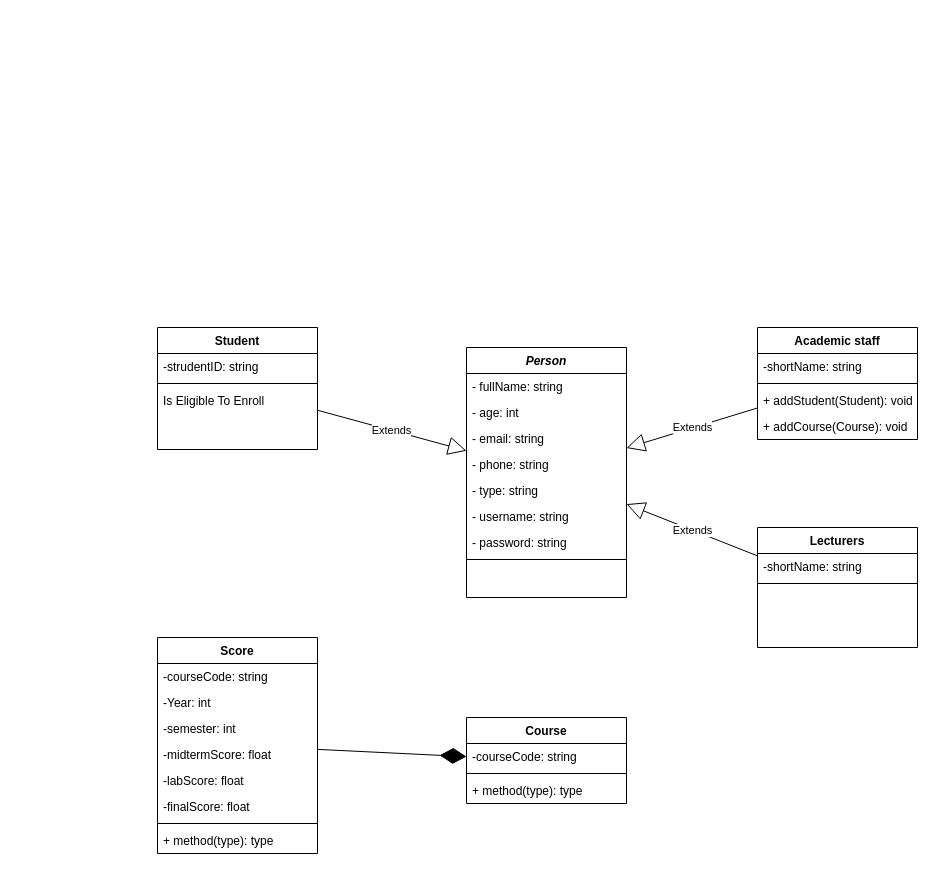
The draw.io diagram Design/Design.drawio in TrungNgoVan/Project_SMSystem, before the edit. Source tidied: cells renumbered, new cells numbered last; positions are measured from the earlier drawing's top-left corner, leaving out a move shared by most shapes. Both pictures are drawn from the tidied source at 100%, with x=0, y=0 at pixel (157, 327).
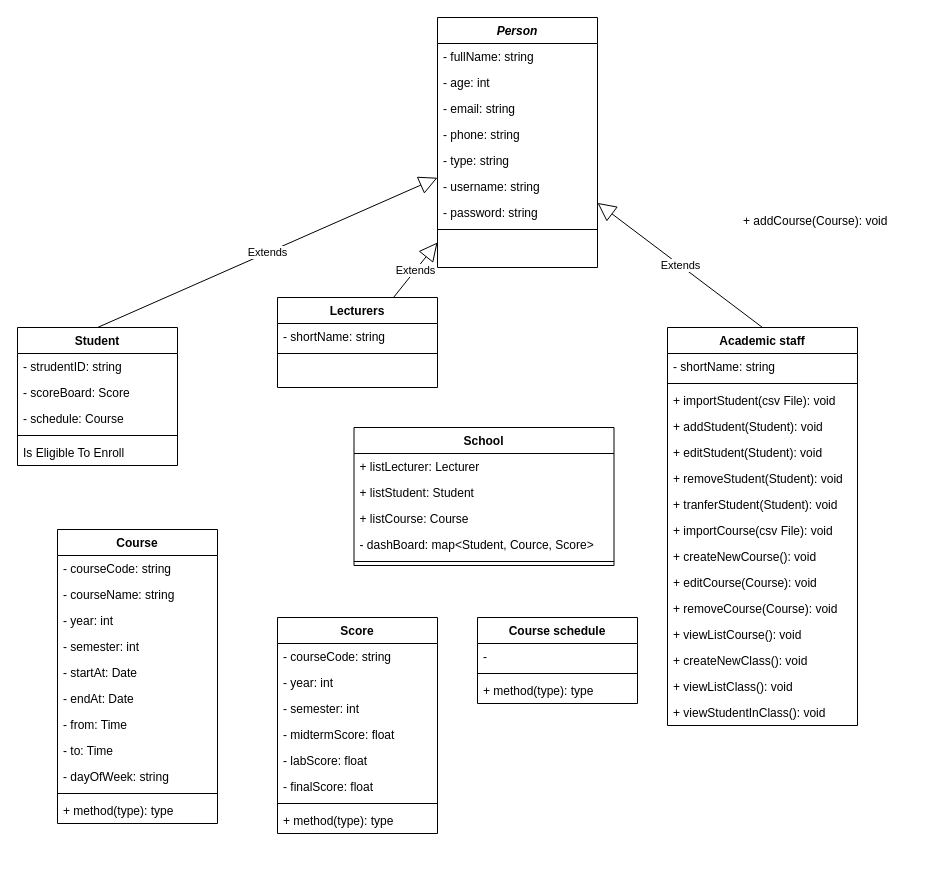
After the change.

Diff of the diagram source:
```diff
@@
     <mxCell id="2" value="Person" style="swimlane;fontStyle=3;align=center;verticalAlign=top;horizontal=1;startSize=26;rounded=0;shadow=0;strokeWidth=1;" parent="1" vertex="1">
-      <mxGeometry x="309" y="20" width="160" height="250" as="geometry" />
+      <mxGeometry x="280" y="-310" width="160" height="250" as="geometry" />
     </mxCell>
@@
     <mxCell id="11" value="Student" style="swimlane;fontStyle=1;align=center;verticalAlign=top;horizontal=1;startSize=26;rounded=0;shadow=0;strokeWidth=1;" parent="1" vertex="1">
-      <mxGeometry width="160" height="122" as="geometry" />
+      <mxGeometry x="-140" width="160" height="138" as="geometry" />
     </mxCell>
-    <mxCell id="12" value="-strudentID: string" style="text;align=left;verticalAlign=top;spacingLeft=4;spacingRight=4;overflow=hidden;" parent="11" vertex="1">
+    <mxCell id="12" value="- strudentID: string" style="text;align=left;verticalAlign=top;spacingLeft=4;spacingRight=4;overflow=hidden;" parent="11" vertex="1">
       <mxGeometry y="26" width="160" height="26" as="geometry" />
     </mxCell>
+    <mxCell id="40" value="- scoreBoard: Score" style="text;strokeColor=none;fillColor=none;align=left;verticalAlign=top;spacingLeft=4;spacingRight=4;overflow=hidden;" parent="11" vertex="1">
+      <mxGeometry y="52" width="160" height="26" as="geometry" />
+    </mxCell>
+    <mxCell id="41" value="- schedule: Course" style="text;strokeColor=none;fillColor=none;align=left;verticalAlign=top;spacingLeft=4;spacingRight=4;overflow=hidden;" parent="11" vertex="1">
+      <mxGeometry y="78" width="160" height="26" as="geometry" />
+    </mxCell>
     <mxCell id="13" style="line;html=1;strokeWidth=1;align=left;verticalAlign=middle;spacingTop=-1;spacingLeft=3;spacingRight=3;labelPosition=right;" parent="11" vertex="1">
-      <mxGeometry y="52" width="160" height="8" as="geometry" />
+      <mxGeometry y="104" width="160" height="8" as="geometry" />
     </mxCell>
     <mxCell id="14" value="Is Eligible To Enroll" style="text;align=left;verticalAlign=top;spacingLeft=4;spacingRight=4;overflow=hidden;fontStyle=0;" parent="11" vertex="1">
-      <mxGeometry y="60" width="160" height="26" as="geometry" />
+      <mxGeometry y="112" width="160" height="26" as="geometry" />
     </mxCell>
     <mxCell id="15" value="Lecturers" style="swimlane;fontStyle=1;align=center;verticalAlign=top;horizontal=1;startSize=26;rounded=0;shadow=0;strokeWidth=1;" parent="1" vertex="1">
-      <mxGeometry x="600" y="200" width="160" height="120" as="geometry" />
+      <mxGeometry x="120" y="-30" width="160" height="90" as="geometry" />
     </mxCell>
-    <mxCell id="16" value="-shortName: string" style="text;align=left;verticalAlign=top;spacingLeft=4;spacingRight=4;overflow=hidden;" parent="15" vertex="1">
+    <mxCell id="16" value="- shortName: string" style="text;align=left;verticalAlign=top;spacingLeft=4;spacingRight=4;overflow=hidden;" parent="15" vertex="1">
       <mxGeometry y="26" width="160" height="26" as="geometry" />
     </mxCell>
@@
-    <mxCell id="18" value="Extends" style="endArrow=block;endSize=16;endFill=0;html=1;rounded=0;" parent="1" edge="1" source="11" target="2">
+    <mxCell id="18" value="Extends" style="endArrow=block;endSize=16;endFill=0;html=1;rounded=0;exitX=0.5;exitY=0;exitDx=0;exitDy=0;" parent="1" edge="1" source="11" target="2">
       <mxGeometry relative="1" as="geometry" />
     </mxCell>
@@
     <mxCell id="20" value="Academic staff" style="swimlane;fontStyle=1;align=center;verticalAlign=top;horizontal=1;startSize=26;" parent="1" vertex="1">
-      <mxGeometry x="600" width="160" height="112" as="geometry" />
+      <mxGeometry x="510" width="190" height="398" as="geometry" />
     </mxCell>
-    <mxCell id="21" value="-shortName: string&#10;" style="text;strokeColor=none;fillColor=none;align=left;verticalAlign=top;spacingLeft=4;spacingRight=4;overflow=hidden;" parent="20" vertex="1">
-      <mxGeometry y="26" width="160" height="26" as="geometry" />
+    <mxCell id="21" value="- shortName: string&#10;" style="text;strokeColor=none;fillColor=none;align=left;verticalAlign=top;spacingLeft=4;spacingRight=4;overflow=hidden;" parent="20" vertex="1">
+      <mxGeometry y="26" width="190" height="26" as="geometry" />
     </mxCell>
     <mxCell id="22" style="line;strokeWidth=1;fillColor=none;align=left;verticalAlign=middle;spacingTop=-1;spacingLeft=3;spacingRight=3;labelPosition=right;strokeColor=inherit;" parent="20" vertex="1">
-      <mxGeometry y="52" width="160" height="8" as="geometry" />
+      <mxGeometry y="52" width="190" height="8" as="geometry" />
     </mxCell>
+    <mxCell id="42" value="+ importStudent(csv File): void&#10;" style="text;strokeColor=none;fillColor=none;align=left;verticalAlign=top;spacingLeft=4;spacingRight=4;overflow=hidden;" parent="20" vertex="1">
+      <mxGeometry y="60" width="190" height="26" as="geometry" />
+    </mxCell>
     <mxCell id="23" value="+ addStudent(Student): void" style="text;strokeColor=none;fillColor=none;align=left;verticalAlign=top;spacingLeft=4;spacingRight=4;overflow=hidden;" parent="20" vertex="1">
-      <mxGeometry y="60" width="160" height="26" as="geometry" />
+      <mxGeometry y="86" width="190" height="26" as="geometry" />
     </mxCell>
+    <mxCell id="43" value="+ editStudent(Student): void" style="text;strokeColor=none;fillColor=none;align=left;verticalAlign=top;spacingLeft=4;spacingRight=4;overflow=hidden;" parent="20" vertex="1">
+      <mxGeometry y="112" width="190" height="26" as="geometry" />
+    </mxCell>
+    <mxCell id="44" value="+ removeStudent(Student): void" style="text;strokeColor=none;fillColor=none;align=left;verticalAlign=top;spacingLeft=4;spacingRight=4;overflow=hidden;" parent="20" vertex="1">
+      <mxGeometry y="138" width="190" height="26" as="geometry" />
+    </mxCell>
-    <mxCell id="24" value="+ addCourse(Course): void" style="text;strokeColor=none;fillColor=none;align=left;verticalAlign=top;spacingLeft=4;spacingRight=4;overflow=hidden;" parent="20" vertex="1">
-      <mxGeometry y="86" width="160" height="26" as="geometry" />
+    <mxCell id="24" value="+ tranferStudent(Student): void" style="text;strokeColor=none;fillColor=none;align=left;verticalAlign=top;spacingLeft=4;spacingRight=4;overflow=hidden;" parent="20" vertex="1">
+      <mxGeometry y="164" width="190" height="26" as="geometry" />
     </mxCell>
+    <mxCell id="45" value="+ importCourse(csv File): void&#10;" style="text;strokeColor=none;fillColor=none;align=left;verticalAlign=top;spacingLeft=4;spacingRight=4;overflow=hidden;" parent="20" vertex="1">
+      <mxGeometry y="190" width="190" height="26" as="geometry" />
+    </mxCell>
+    <mxCell id="46" value="+ createNewCourse(): void" style="text;strokeColor=none;fillColor=none;align=left;verticalAlign=top;spacingLeft=4;spacingRight=4;overflow=hidden;" parent="20" vertex="1">
+      <mxGeometry y="216" width="190" height="26" as="geometry" />
+    </mxCell>
+    <mxCell id="47" value="+ editCourse(Course): void" style="text;strokeColor=none;fillColor=none;align=left;verticalAlign=top;spacingLeft=4;spacingRight=4;overflow=hidden;" parent="20" vertex="1">
+      <mxGeometry y="242" width="190" height="26" as="geometry" />
+    </mxCell>
+    <mxCell id="48" value="+ removeCourse(Course): void" style="text;strokeColor=none;fillColor=none;align=left;verticalAlign=top;spacingLeft=4;spacingRight=4;overflow=hidden;" parent="20" vertex="1">
+      <mxGeometry y="268" width="190" height="26" as="geometry" />
+    </mxCell>
+    <mxCell id="49" value="+ viewListCourse(): void" style="text;strokeColor=none;fillColor=none;align=left;verticalAlign=top;spacingLeft=4;spacingRight=4;overflow=hidden;" parent="20" vertex="1">
+      <mxGeometry y="294" width="190" height="26" as="geometry" />
+    </mxCell>
+    <mxCell id="50" value="+ createNewClass(): void" style="text;strokeColor=none;fillColor=none;align=left;verticalAlign=top;spacingLeft=4;spacingRight=4;overflow=hidden;" parent="20" vertex="1">
+      <mxGeometry y="320" width="190" height="26" as="geometry" />
+    </mxCell>
+    <mxCell id="51" value="+ viewListClass(): void" style="text;strokeColor=none;fillColor=none;align=left;verticalAlign=top;spacingLeft=4;spacingRight=4;overflow=hidden;" parent="20" vertex="1">
+      <mxGeometry y="346" width="190" height="26" as="geometry" />
+    </mxCell>
+    <mxCell id="52" value="+ viewStudentInClass(): void" style="text;strokeColor=none;fillColor=none;align=left;verticalAlign=top;spacingLeft=4;spacingRight=4;overflow=hidden;" parent="20" vertex="1">
+      <mxGeometry y="372" width="190" height="26" as="geometry" />
+    </mxCell>
-    <mxCell id="25" value="Extends" style="endArrow=block;endSize=16;endFill=0;html=1;rounded=0;" parent="1" edge="1" source="20" target="2">
+    <mxCell id="25" value="Extends" style="endArrow=block;endSize=16;endFill=0;html=1;rounded=0;exitX=0.5;exitY=0;exitDx=0;exitDy=0;" parent="1" edge="1" source="20" target="2">
       <mxGeometry relative="1" as="geometry" />
     </mxCell>
     <mxCell id="26" value="Score" style="swimlane;fontStyle=1;align=center;verticalAlign=top;horizontal=1;startSize=26;" parent="1" vertex="1">
-      <mxGeometry y="310" width="160" height="216" as="geometry" />
+      <mxGeometry x="120" y="290" width="160" height="216" as="geometry" />
     </mxCell>
-    <mxCell id="27" value="-courseCode: string" style="text;strokeColor=none;fillColor=none;align=left;verticalAlign=top;spacingLeft=4;spacingRight=4;overflow=hidden;" parent="26" vertex="1">
+    <mxCell id="27" value="- courseCode: string" style="text;strokeColor=none;fillColor=none;align=left;verticalAlign=top;spacingLeft=4;spacingRight=4;overflow=hidden;" parent="26" vertex="1">
       <mxGeometry y="26" width="160" height="26" as="geometry" />
     </mxCell>
-    <mxCell id="28" value="-Year: int" style="text;strokeColor=none;fillColor=none;align=left;verticalAlign=top;spacingLeft=4;spacingRight=4;overflow=hidden;" parent="26" vertex="1">
+    <mxCell id="28" value="- year: int" style="text;strokeColor=none;fillColor=none;align=left;verticalAlign=top;spacingLeft=4;spacingRight=4;overflow=hidden;" parent="26" vertex="1">
       <mxGeometry y="52" width="160" height="26" as="geometry" />
     </mxCell>
-    <mxCell id="29" value="-semester: int" style="text;strokeColor=none;fillColor=none;align=left;verticalAlign=top;spacingLeft=4;spacingRight=4;overflow=hidden;" parent="26" vertex="1">
+    <mxCell id="29" value="- semester: int" style="text;strokeColor=none;fillColor=none;align=left;verticalAlign=top;spacingLeft=4;spacingRight=4;overflow=hidden;" parent="26" vertex="1">
       <mxGeometry y="78" width="160" height="26" as="geometry" />
     </mxCell>
-    <mxCell id="30" value="-midtermScore: float" style="text;strokeColor=none;fillColor=none;align=left;verticalAlign=top;spacingLeft=4;spacingRight=4;overflow=hidden;" parent="26" vertex="1">
+    <mxCell id="30" value="- midtermScore: float" style="text;strokeColor=none;fillColor=none;align=left;verticalAlign=top;spacingLeft=4;spacingRight=4;overflow=hidden;" parent="26" vertex="1">
       <mxGeometry y="104" width="160" height="26" as="geometry" />
     </mxCell>
-    <mxCell id="31" value="-labScore: float" style="text;strokeColor=none;fillColor=none;align=left;verticalAlign=top;spacingLeft=4;spacingRight=4;overflow=hidden;" parent="26" vertex="1">
+    <mxCell id="31" value="- labScore: float" style="text;strokeColor=none;fillColor=none;align=left;verticalAlign=top;spacingLeft=4;spacingRight=4;overflow=hidden;" parent="26" vertex="1">
       <mxGeometry y="130" width="160" height="26" as="geometry" />
     </mxCell>
-    <mxCell id="32" value="-finalScore: float" style="text;strokeColor=none;fillColor=none;align=left;verticalAlign=top;spacingLeft=4;spacingRight=4;overflow=hidden;" parent="26" vertex="1">
+    <mxCell id="32" value="- finalScore: float" style="text;strokeColor=none;fillColor=none;align=left;verticalAlign=top;spacingLeft=4;spacingRight=4;overflow=hidden;" parent="26" vertex="1">
       <mxGeometry y="156" width="160" height="26" as="geometry" />
     </mxCell>
@@
-    <mxCell id="35" style="endArrow=diamondThin;endFill=1;endSize=24;html=1;rounded=0;" parent="1" edge="1" source="26" target="36">
-      <mxGeometry relative="1" as="geometry" />
-    </mxCell>
-    <mxCell id="36" value="Course&#10;" style="swimlane;fontStyle=1;align=center;verticalAlign=top;horizontal=1;startSize=26;" parent="1" vertex="1">
-      <mxGeometry x="309" y="390" width="160" height="86" as="geometry" />
+    <mxCell id="36" value="Course" style="swimlane;fontStyle=1;align=center;verticalAlign=top;horizontal=1;startSize=26;" parent="1" vertex="1">
+      <mxGeometry x="-100" y="202" width="160" height="294" as="geometry" />
     </mxCell>
-    <mxCell id="37" value="-courseCode: string" style="text;strokeColor=none;fillColor=none;align=left;verticalAlign=top;spacingLeft=4;spacingRight=4;overflow=hidden;" parent="36" vertex="1">
+    <mxCell id="37" value="- courseCode: string" style="text;strokeColor=none;fillColor=none;align=left;verticalAlign=top;spacingLeft=4;spacingRight=4;overflow=hidden;" parent="36" vertex="1">
       <mxGeometry y="26" width="160" height="26" as="geometry" />
     </mxCell>
+    <mxCell id="53" value="- courseName: string" style="text;strokeColor=none;fillColor=none;align=left;verticalAlign=top;spacingLeft=4;spacingRight=4;overflow=hidden;" parent="36" vertex="1">
+      <mxGeometry y="52" width="160" height="26" as="geometry" />
+    </mxCell>
+    <mxCell id="54" value="- year: int" style="text;strokeColor=none;fillColor=none;align=left;verticalAlign=top;spacingLeft=4;spacingRight=4;overflow=hidden;" parent="36" vertex="1">
+      <mxGeometry y="78" width="160" height="26" as="geometry" />
+    </mxCell>
+    <mxCell id="55" value="- semester: int" style="text;strokeColor=none;fillColor=none;align=left;verticalAlign=top;spacingLeft=4;spacingRight=4;overflow=hidden;" parent="36" vertex="1">
+      <mxGeometry y="104" width="160" height="26" as="geometry" />
+    </mxCell>
+    <mxCell id="56" value="- startAt: Date" style="text;strokeColor=none;fillColor=none;align=left;verticalAlign=top;spacingLeft=4;spacingRight=4;overflow=hidden;" parent="36" vertex="1">
+      <mxGeometry y="130" width="160" height="26" as="geometry" />
+    </mxCell>
+    <mxCell id="57" value="- endAt: Date" style="text;strokeColor=none;fillColor=none;align=left;verticalAlign=top;spacingLeft=4;spacingRight=4;overflow=hidden;" parent="36" vertex="1">
+      <mxGeometry y="156" width="160" height="26" as="geometry" />
+    </mxCell>
+    <mxCell id="58" value="- from: Time" style="text;strokeColor=none;fillColor=none;align=left;verticalAlign=top;spacingLeft=4;spacingRight=4;overflow=hidden;" parent="36" vertex="1">
+      <mxGeometry y="182" width="160" height="26" as="geometry" />
+    </mxCell>
+    <mxCell id="59" value="- to: Time" style="text;strokeColor=none;fillColor=none;align=left;verticalAlign=top;spacingLeft=4;spacingRight=4;overflow=hidden;" parent="36" vertex="1">
+      <mxGeometry y="208" width="160" height="26" as="geometry" />
+    </mxCell>
+    <mxCell id="60" value="- dayOfWeek: string" style="text;strokeColor=none;fillColor=none;align=left;verticalAlign=top;spacingLeft=4;spacingRight=4;overflow=hidden;" parent="36" vertex="1">
+      <mxGeometry y="234" width="160" height="26" as="geometry" />
+    </mxCell>
     <mxCell id="38" style="line;strokeWidth=1;fillColor=none;align=left;verticalAlign=middle;spacingTop=-1;spacingLeft=3;spacingRight=3;labelPosition=right;strokeColor=inherit;" parent="36" vertex="1">
-      <mxGeometry y="52" width="160" height="8" as="geometry" />
+      <mxGeometry y="260" width="160" height="8" as="geometry" />
     </mxCell>
     <mxCell id="39" value="+ method(type): type" style="text;strokeColor=none;fillColor=none;align=left;verticalAlign=top;spacingLeft=4;spacingRight=4;overflow=hidden;" parent="36" vertex="1">
-      <mxGeometry y="60" width="160" height="26" as="geometry" />
+      <mxGeometry y="268" width="160" height="26" as="geometry" />
     </mxCell>
+    <mxCell id="61" value="+ addCourse(Course): void" style="text;strokeColor=none;fillColor=none;align=left;verticalAlign=top;spacingLeft=4;spacingRight=4;overflow=hidden;" parent="1" vertex="1">
+      <mxGeometry x="580" y="-120" width="160" height="26" as="geometry" />
+    </mxCell>
+    <mxCell id="62" value="Course schedule" style="swimlane;fontStyle=1;align=center;verticalAlign=top;horizontal=1;startSize=26;" parent="1" vertex="1">
+      <mxGeometry x="320" y="290" width="160" height="86" as="geometry" />
+    </mxCell>
+    <mxCell id="63" value="-" style="text;strokeColor=none;fillColor=none;align=left;verticalAlign=top;spacingLeft=4;spacingRight=4;overflow=hidden;" parent="62" vertex="1">
+      <mxGeometry y="26" width="160" height="26" as="geometry" />
+    </mxCell>
+    <mxCell id="64" style="line;strokeWidth=1;fillColor=none;align=left;verticalAlign=middle;spacingTop=-1;spacingLeft=3;spacingRight=3;labelPosition=right;strokeColor=inherit;" parent="62" vertex="1">
+      <mxGeometry y="52" width="160" height="8" as="geometry" />
+    </mxCell>
+    <mxCell id="65" value="+ method(type): type" style="text;strokeColor=none;fillColor=none;align=left;verticalAlign=top;spacingLeft=4;spacingRight=4;overflow=hidden;" parent="62" vertex="1">
+      <mxGeometry y="60" width="160" height="26" as="geometry" />
+    </mxCell>
+    <mxCell id="66" value="School" style="swimlane;fontStyle=1;align=center;verticalAlign=top;horizontal=1;startSize=26;" parent="1" vertex="1">
+      <mxGeometry x="196.5" y="100" width="260" height="138" as="geometry" />
+    </mxCell>
+    <mxCell id="67" value="+ listLecturer: Lecturer" style="text;strokeColor=none;fillColor=none;align=left;verticalAlign=top;spacingLeft=4;spacingRight=4;overflow=hidden;" parent="66" vertex="1">
+      <mxGeometry y="26" width="260" height="26" as="geometry" />
+    </mxCell>
+    <mxCell id="68" value="+ listStudent: Student" style="text;strokeColor=none;fillColor=none;align=left;verticalAlign=top;spacingLeft=4;spacingRight=4;overflow=hidden;" parent="66" vertex="1">
+      <mxGeometry y="52" width="260" height="26" as="geometry" />
+    </mxCell>
+    <mxCell id="69" value="+ listCourse: Course" style="text;strokeColor=none;fillColor=none;align=left;verticalAlign=top;spacingLeft=4;spacingRight=4;overflow=hidden;" parent="66" vertex="1">
+      <mxGeometry y="78" width="260" height="26" as="geometry" />
+    </mxCell>
+    <mxCell id="70" value="- dashBoard: map&lt;Student, Cource, Score&gt;" style="text;strokeColor=none;fillColor=none;align=left;verticalAlign=top;spacingLeft=4;spacingRight=4;overflow=hidden;" parent="66" vertex="1">
+      <mxGeometry y="104" width="260" height="26" as="geometry" />
+    </mxCell>
+    <mxCell id="71" style="line;strokeWidth=1;fillColor=none;align=left;verticalAlign=middle;spacingTop=-1;spacingLeft=3;spacingRight=3;labelPosition=right;strokeColor=inherit;" parent="66" vertex="1">
+      <mxGeometry y="130" width="260" height="8" as="geometry" />
+    </mxCell>
```
